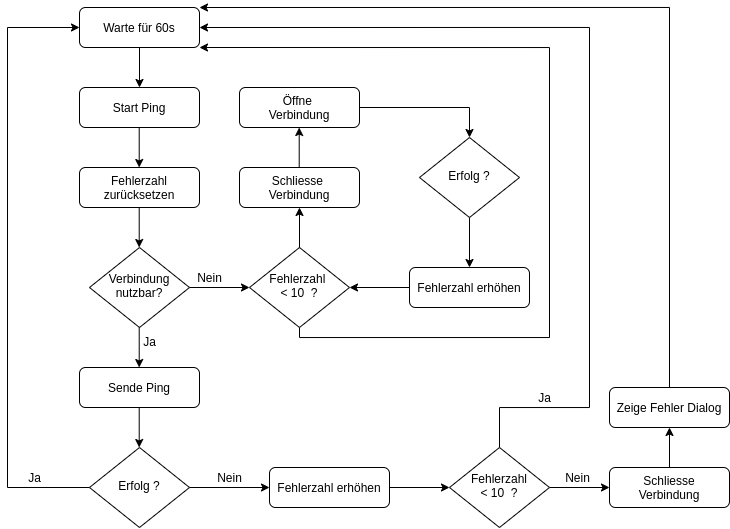
Above: src/graphics/diagramms/flow_connection.png in jsvilling/IP6_Bachelorarbeit_Bericht_Cloudbasiertes_Praxisrufsystem (draw.io), before the change. Source tidied: cells renumbered, new cells last; positions are measured from the earlier drawing's top-left corner, leaving out a move shared by most shapes.
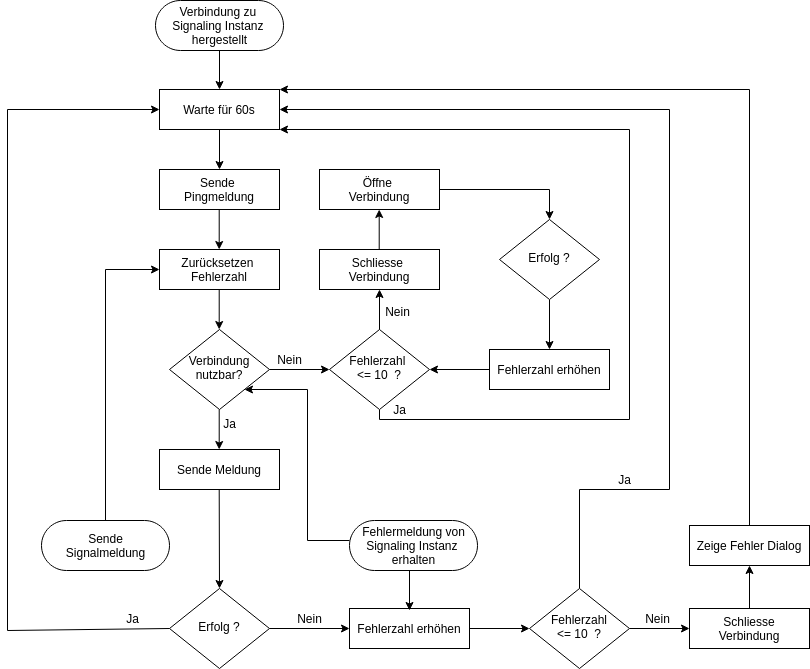
Later version of the same file.

Commit message:
Add flowchart for connection management

Change to the diagram source:
```diff
@@ -2,37 +2,36 @@
   <root>
     <mxCell id="0" />
     <mxCell id="1" parent="0" />
-    <mxCell id="2" value="Warte für 60s" style="rounded=1;whiteSpace=wrap;html=1;fontSize=12;glass=0;strokeWidth=1;shadow=0;" parent="1" vertex="1">
+    <mxCell id="2" value="Warte für 60s" style="rounded=0;whiteSpace=wrap;html=1;fontSize=12;glass=0;strokeWidth=1;shadow=0;" parent="1" vertex="1">
       <mxGeometry x="72" width="120" height="40" as="geometry" />
     </mxCell>
-    <mxCell id="3" value="Start Ping" style="rounded=1;whiteSpace=wrap;html=1;fontSize=12;glass=0;strokeWidth=1;shadow=0;" parent="1" vertex="1">
+    <mxCell id="3" value="Sende &lt;br&gt;Pingmeldung" style="rounded=0;whiteSpace=wrap;html=1;fontSize=12;glass=0;strokeWidth=1;shadow=0;" parent="1" vertex="1">
       <mxGeometry x="72" y="80" width="120" height="40" as="geometry" />
     </mxCell>
     <mxCell id="4" value="Verbindung nutzbar?" style="rhombus;whiteSpace=wrap;html=1;shadow=0;fontFamily=Helvetica;fontSize=12;align=center;strokeWidth=1;spacing=6;spacingTop=-4;" parent="1" vertex="1">
       <mxGeometry x="82" y="240" width="100" height="80" as="geometry" />
     </mxCell>
-    <mxCell id="5" value="Fehlerzahl zurücksetzen" style="rounded=1;whiteSpace=wrap;html=1;fontSize=12;glass=0;strokeWidth=1;shadow=0;" parent="1" vertex="1">
+    <mxCell id="5" value="Zurücksetzen&amp;nbsp;&lt;br&gt;Fehlerzahl" style="rounded=0;whiteSpace=wrap;html=1;fontSize=12;glass=0;strokeWidth=1;shadow=0;" parent="1" vertex="1">
       <mxGeometry x="72" y="160" width="120" height="40" as="geometry" />
     </mxCell>
-    <mxCell id="6" value="Sende Ping" style="rounded=1;whiteSpace=wrap;html=1;fontSize=12;glass=0;strokeWidth=1;shadow=0;" parent="1" vertex="1">
+    <mxCell id="6" value="Sende Meldung" style="rounded=0;whiteSpace=wrap;html=1;fontSize=12;glass=0;strokeWidth=1;shadow=0;" parent="1" vertex="1">
       <mxGeometry x="72" y="360" width="120" height="40" as="geometry" />
     </mxCell>
     <mxCell id="7" value="Erfolg ?" style="rhombus;whiteSpace=wrap;html=1;shadow=0;fontFamily=Helvetica;fontSize=12;align=center;strokeWidth=1;spacing=6;spacingTop=-4;" parent="1" vertex="1">
-      <mxGeometry x="82" y="440" width="100" height="80" as="geometry" />
+      <mxGeometry x="82" y="499" width="100" height="80" as="geometry" />
     </mxCell>
-    <mxCell id="8" style="endArrow=classic;html=1;rounded=0;entryX=0;entryY=0.5;entryDx=0;entryDy=0;" parent="1" edge="1" target="2">
+    <mxCell id="8" style="endArrow=classic;html=1;rounded=0;entryX=0;entryY=0.5;entryDx=0;entryDy=0;exitX=0;exitY=0.5;exitDx=0;exitDy=0;" parent="1" edge="1" source="7" target="2">
       <mxGeometry relative="1" as="geometry">
-        <mxPoint x="82" y="480" as="sourcePoint" />
         <Array as="points">
-          <mxPoint y="480" />
-          <mxPoint y="20" />
+          <mxPoint x="-80" y="541" />
+          <mxPoint x="-80" y="20" />
         </Array>
       </mxGeometry>
     </mxCell>
     <mxCell id="9" style="edgeStyle=orthogonalEdgeStyle;rounded=0;jettySize=auto;html=1;entryX=1;entryY=0.5;entryDx=0;entryDy=0;" parent="1" edge="1" source="10" target="12">
       <mxGeometry relative="1" as="geometry" />
     </mxCell>
-    <mxCell id="10" value="Fehlerzahl erhöhen" style="rounded=1;whiteSpace=wrap;html=1;fontSize=12;glass=0;strokeWidth=1;shadow=0;" parent="1" vertex="1">
+    <mxCell id="10" value="Fehlerzahl erhöhen" style="rounded=0;whiteSpace=wrap;html=1;fontSize=12;glass=0;strokeWidth=1;shadow=0;" parent="1" vertex="1">
       <mxGeometry x="402" y="260" width="120" height="40" as="geometry" />
     </mxCell>
     <mxCell id="11" style="edgeStyle=orthogonalEdgeStyle;rounded=0;jettySize=auto;html=1;" parent="1" edge="1" source="12">
@@ -45,7 +44,7 @@
         </Array>
       </mxGeometry>
     </mxCell>
-    <mxCell id="12" value="Fehlerzahl &lt;br&gt;&amp;lt; 10&amp;nbsp; ?" style="rhombus;whiteSpace=wrap;html=1;shadow=0;fontFamily=Helvetica;fontSize=12;align=center;strokeWidth=1;spacing=6;spacingTop=-4;" parent="1" vertex="1">
+    <mxCell id="12" value="Fehlerzahl &lt;br&gt;&amp;lt;= 10&amp;nbsp; ?" style="rhombus;whiteSpace=wrap;html=1;shadow=0;fontFamily=Helvetica;fontSize=12;align=center;strokeWidth=1;spacing=6;spacingTop=-4;" parent="1" vertex="1">
       <mxGeometry x="242" y="240" width="100" height="80" as="geometry" />
     </mxCell>
     <mxCell id="13" style="edgeStyle=orthogonalEdgeStyle;rounded=0;jettySize=auto;html=1;entryX=1;entryY=0;entryDx=0;entryDy=0;" parent="1" edge="1" source="14" target="2">
@@ -55,13 +54,13 @@
         </Array>
       </mxGeometry>
     </mxCell>
-    <mxCell id="14" value="Zeige Fehler Dialog" style="rounded=1;whiteSpace=wrap;html=1;fontSize=12;glass=0;strokeWidth=1;shadow=0;" parent="1" vertex="1">
-      <mxGeometry x="602" y="380" width="120" height="40" as="geometry" />
+    <mxCell id="14" value="Zeige Fehler Dialog" style="rounded=0;whiteSpace=wrap;html=1;fontSize=12;glass=0;strokeWidth=1;shadow=0;" parent="1" vertex="1">
+      <mxGeometry x="602" y="436" width="120" height="40" as="geometry" />
     </mxCell>
-    <mxCell id="15" value="Schliesse &lt;br&gt;Verbindung" style="rounded=1;whiteSpace=wrap;html=1;fontSize=12;glass=0;strokeWidth=1;shadow=0;" parent="1" vertex="1">
+    <mxCell id="15" value="Schliesse &lt;br&gt;Verbindung" style="rounded=0;whiteSpace=wrap;html=1;fontSize=12;glass=0;strokeWidth=1;shadow=0;" parent="1" vertex="1">
       <mxGeometry x="232" y="160" width="120" height="40" as="geometry" />
     </mxCell>
-    <mxCell id="16" value="Öffne&amp;nbsp;&lt;br&gt;Verbindung" style="rounded=1;whiteSpace=wrap;html=1;fontSize=12;glass=0;strokeWidth=1;shadow=0;" parent="1" vertex="1">
+    <mxCell id="16" value="Öffne&amp;nbsp;&lt;br&gt;Verbindung" style="rounded=0;whiteSpace=wrap;html=1;fontSize=12;glass=0;strokeWidth=1;shadow=0;" parent="1" vertex="1">
       <mxGeometry x="232" y="80" width="120" height="40" as="geometry" />
     </mxCell>
     <mxCell id="17" style="endArrow=classic;html=1;rounded=0;exitX=1;exitY=0.5;exitDx=0;exitDy=0;entryX=0;entryY=0.5;entryDx=0;entryDy=0;" parent="1" edge="1" source="4" target="12">
@@ -91,14 +90,13 @@
     <mxCell id="22" value="Ja" style="text;html=1;align=center;verticalAlign=middle;strokeColor=none;fillColor=none;" parent="1" vertex="1">
       <mxGeometry x="127" y="324" width="30" height="20" as="geometry" />
     </mxCell>
-    <mxCell id="23" style="endArrow=classic;html=1;rounded=0;exitX=0.5;exitY=1;exitDx=0;exitDy=0;entryX=0.5;entryY=0;entryDx=0;entryDy=0;" parent="1" edge="1">
+    <mxCell id="23" style="endArrow=classic;html=1;rounded=0;exitX=0.5;exitY=1;exitDx=0;exitDy=0;entryX=0.5;entryY=0;entryDx=0;entryDy=0;" parent="1" edge="1" target="7">
       <mxGeometry relative="1" as="geometry">
         <mxPoint x="131.7" y="400" as="sourcePoint" />
-        <mxPoint x="131.7" y="440" as="targetPoint" />
       </mxGeometry>
     </mxCell>
     <mxCell id="24" value="Ja" style="text;html=1;align=center;verticalAlign=middle;strokeColor=none;fillColor=none;" parent="1" vertex="1">
-      <mxGeometry x="12" y="460" width="30" height="20" as="geometry" />
+      <mxGeometry x="30" y="519" width="30" height="20" as="geometry" />
     </mxCell>
     <mxCell id="25" value="Nein" style="text;html=1;align=center;verticalAlign=middle;strokeColor=none;fillColor=none;" parent="1" vertex="1">
       <mxGeometry x="182" y="260" width="40" height="20" as="geometry" />
@@ -112,15 +110,15 @@
     <mxCell id="28" style="edgeStyle=orthogonalEdgeStyle;rounded=0;jettySize=auto;html=1;entryX=0;entryY=0.5;entryDx=0;entryDy=0;" parent="1" edge="1" source="29" target="39">
       <mxGeometry relative="1" as="geometry" />
     </mxCell>
-    <mxCell id="29" value="Fehlerzahl erhöhen" style="rounded=1;whiteSpace=wrap;html=1;fontSize=12;glass=0;strokeWidth=1;shadow=0;" parent="1" vertex="1">
-      <mxGeometry x="262" y="460" width="120" height="40" as="geometry" />
+    <mxCell id="29" value="Fehlerzahl erhöhen" style="rounded=0;whiteSpace=wrap;html=1;fontSize=12;glass=0;strokeWidth=1;shadow=0;" parent="1" vertex="1">
+      <mxGeometry x="262" y="519" width="120" height="40" as="geometry" />
     </mxCell>
     <mxCell id="30" value="Nein" style="text;html=1;align=center;verticalAlign=middle;strokeColor=none;fillColor=none;" parent="1" vertex="1">
-      <mxGeometry x="202" y="460" width="40" height="20" as="geometry" />
+      <mxGeometry x="202" y="519" width="40" height="20" as="geometry" />
     </mxCell>
     <mxCell id="31" style="endArrow=classic;html=1;rounded=0;exitX=1;exitY=0.5;exitDx=0;exitDy=0;entryX=0;entryY=0.5;entryDx=0;entryDy=0;" parent="1" edge="1" target="29">
       <mxGeometry relative="1" as="geometry">
-        <mxPoint x="182" y="480" as="sourcePoint" />
+        <mxPoint x="182" y="539" as="sourcePoint" />
       </mxGeometry>
     </mxCell>
     <mxCell id="32" style="endArrow=classic;html=1;rounded=0;" parent="1" edge="1" source="12">
@@ -145,8 +143,8 @@
     <mxCell id="35" style="edgeStyle=orthogonalEdgeStyle;rounded=0;jettySize=auto;html=1;entryX=0.5;entryY=1;entryDx=0;entryDy=0;" parent="1" edge="1" source="36" target="14">
       <mxGeometry relative="1" as="geometry" />
     </mxCell>
-    <mxCell id="36" value="Schliesse&lt;br&gt;Verbindung" style="rounded=1;whiteSpace=wrap;html=1;fontSize=12;glass=0;strokeWidth=1;shadow=0;" parent="1" vertex="1">
-      <mxGeometry x="602" y="460" width="120" height="40" as="geometry" />
+    <mxCell id="36" value="Schliesse&lt;br&gt;Verbindung" style="rounded=0;whiteSpace=wrap;html=1;fontSize=12;glass=0;strokeWidth=1;shadow=0;" parent="1" vertex="1">
+      <mxGeometry x="602" y="519" width="120" height="40" as="geometry" />
     </mxCell>
     <mxCell id="37" style="edgeStyle=orthogonalEdgeStyle;rounded=0;jettySize=auto;html=1;entryX=0;entryY=0.5;entryDx=0;entryDy=0;" parent="1" edge="1" source="39" target="36">
       <mxGeometry relative="1" as="geometry" />
@@ -160,14 +158,50 @@
         </Array>
       </mxGeometry>
     </mxCell>
-    <mxCell id="39" value="Fehlerzahl&lt;br&gt;&amp;lt; 10&amp;nbsp; ?" style="rhombus;whiteSpace=wrap;html=1;shadow=0;fontFamily=Helvetica;fontSize=12;align=center;strokeWidth=1;spacing=6;spacingTop=-4;" parent="1" vertex="1">
-      <mxGeometry x="442" y="440" width="100" height="80" as="geometry" />
+    <mxCell id="39" value="Fehlerzahl&lt;br&gt;&amp;lt;= 10&amp;nbsp; ?" style="rhombus;whiteSpace=wrap;html=1;shadow=0;fontFamily=Helvetica;fontSize=12;align=center;strokeWidth=1;spacing=6;spacingTop=-4;" parent="1" vertex="1">
+      <mxGeometry x="442" y="499" width="100" height="80" as="geometry" />
     </mxCell>
     <mxCell id="40" value="Nein" style="text;html=1;align=center;verticalAlign=middle;strokeColor=none;fillColor=none;" parent="1" vertex="1">
-      <mxGeometry x="550" y="460" width="40" height="20" as="geometry" />
+      <mxGeometry x="550" y="519" width="40" height="20" as="geometry" />
     </mxCell>
     <mxCell id="41" value="Ja" style="text;html=1;align=center;verticalAlign=middle;strokeColor=none;fillColor=none;" parent="1" vertex="1">
       <mxGeometry x="522" y="380" width="30" height="20" as="geometry" />
     </mxCell>
+    <mxCell id="42" style="edgeStyle=orthogonalEdgeStyle;rounded=0;orthogonalLoop=1;jettySize=auto;html=1;" parent="1" edge="1">
+      <mxGeometry relative="1" as="geometry">
+        <mxPoint x="322" y="471" as="sourcePoint" />
+        <mxPoint x="322" y="521" as="targetPoint" />
+      </mxGeometry>
+    </mxCell>
+    <mxCell id="43" style="edgeStyle=orthogonalEdgeStyle;rounded=0;jettySize=auto;html=1;entryX=1;entryY=1;entryDx=0;entryDy=0;" parent="1" edge="1" target="4">
+      <mxGeometry relative="1" as="geometry">
+        <mxPoint x="262" y="451" as="sourcePoint" />
+        <Array as="points">
+          <mxPoint x="220" y="451" />
+          <mxPoint x="220" y="300" />
+        </Array>
+      </mxGeometry>
+    </mxCell>
+    <mxCell id="44" style="edgeStyle=orthogonalEdgeStyle;rounded=0;jettySize=auto;html=1;" parent="1" edge="1" source="45" target="2">
+      <mxGeometry relative="1" as="geometry" />
+    </mxCell>
+    <mxCell id="45" value="Verbindung zu &lt;br&gt;Signaling Instanz &lt;br&gt;hergestellt" style="html=1;dashed=0;whitespace=wrap;shape=mxgraph.dfd.start;rounded=0;" parent="1" vertex="1">
+      <mxGeometry x="68" y="-89" width="128" height="50" as="geometry" />
+    </mxCell>
+    <mxCell id="46" value="Fehlermeldung von&lt;br&gt;Signaling Instanz &lt;br&gt;erhalten" style="html=1;dashed=0;whitespace=wrap;shape=mxgraph.dfd.start;rounded=0;" parent="1" vertex="1">
+      <mxGeometry x="262" y="431" width="128" height="50" as="geometry" />
+    </mxCell>
+    <mxCell id="47" value="Ja" style="text;html=1;align=center;verticalAlign=middle;strokeColor=none;fillColor=none;" parent="1" vertex="1">
+      <mxGeometry x="297" y="310" width="30" height="20" as="geometry" />
+    </mxCell>
+    <mxCell id="48" value="Nein" style="text;html=1;align=center;verticalAlign=middle;strokeColor=none;fillColor=none;" parent="1" vertex="1">
+      <mxGeometry x="290" y="212" width="40" height="20" as="geometry" />
+    </mxCell>
+    <mxCell id="49" style="edgeStyle=orthogonalEdgeStyle;rounded=0;jettySize=auto;html=1;entryX=0;entryY=0.5;entryDx=0;entryDy=0;" parent="1" edge="1" source="50" target="5">
+      <mxGeometry relative="1" as="geometry" />
+    </mxCell>
+    <mxCell id="50" value="Sende&lt;br&gt;Signalmeldung" style="html=1;dashed=0;whitespace=wrap;shape=mxgraph.dfd.start;rounded=0;" parent="1" vertex="1">
+      <mxGeometry x="-46" y="431" width="128" height="50" as="geometry" />
+    </mxCell>
   </root>
 </mxGraphModel>
```
